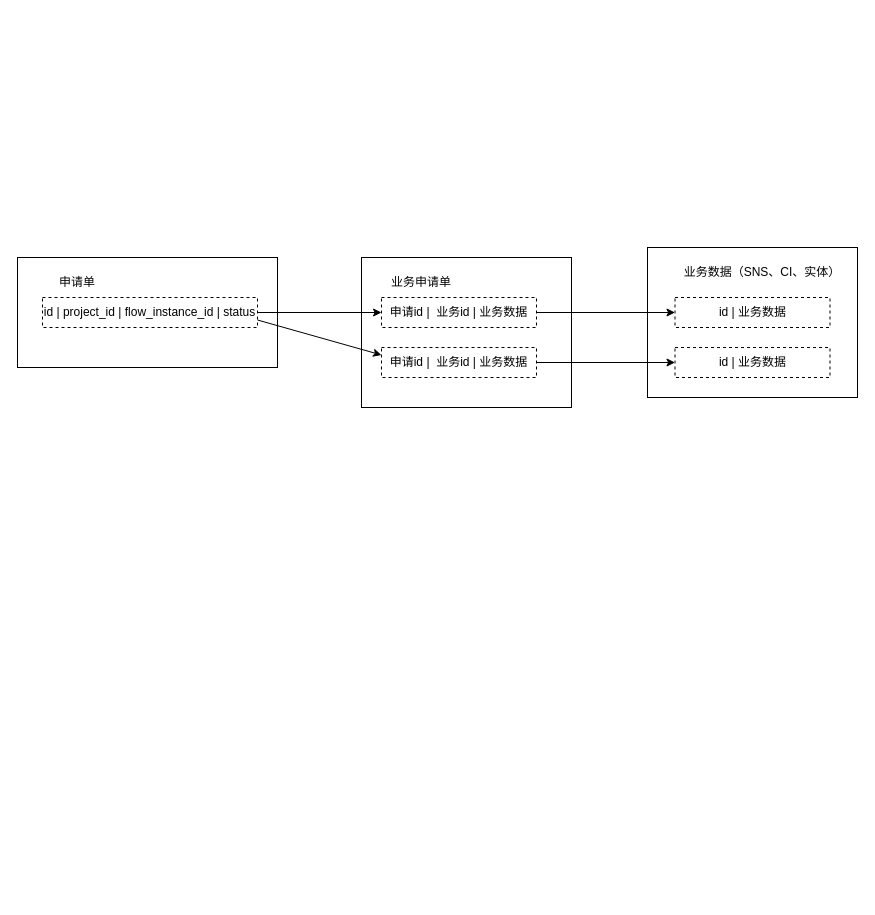
This is 体系文件协同编辑和管理工具/流程申请单设计.drawio from DemonHan/KuickBuy, a draw.io file, before an edit. Source tidied: cells renumbered, new cells numbered last; positions are measured from the earlier drawing's top-left corner, leaving out a move shared by most shapes. Both pictures are drawn from the tidied source at 100%, with x=0, y=0 at pixel (17, 247).
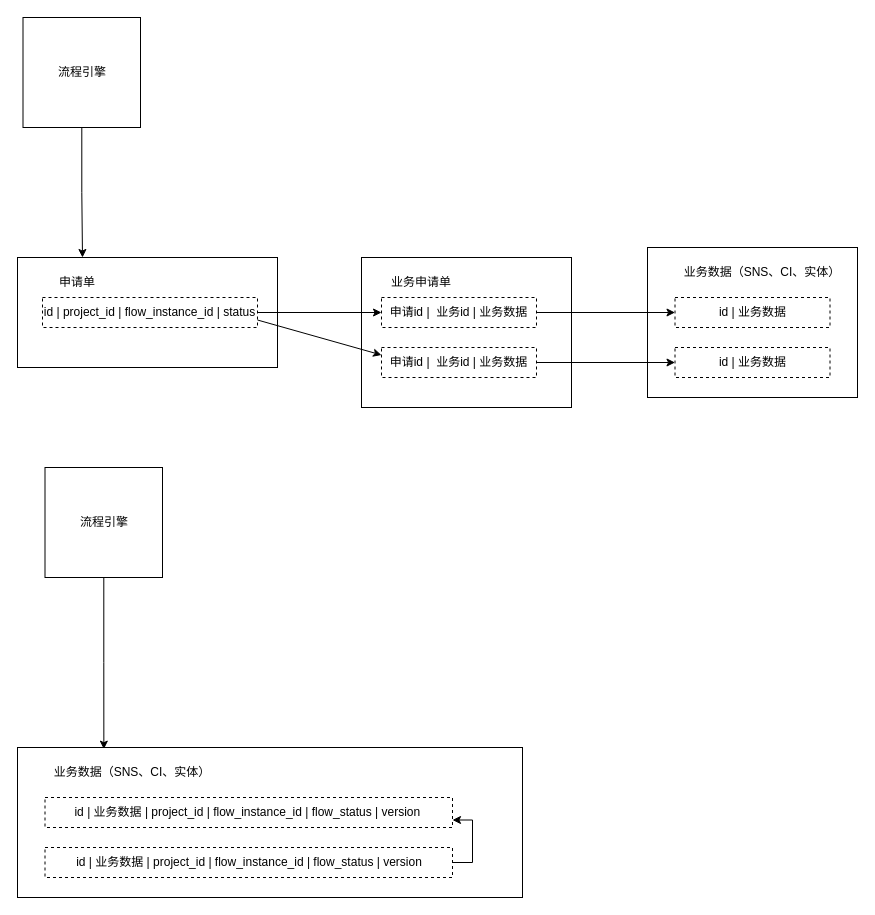
Above is the later version.

Commit message (it also covers changes not shown here):
更新流程申请单设计.drawio

Unchanged cells that the change refers to:
```xml
<mxCell id="6" value="&lt;div&gt;&lt;br&gt;&lt;/div&gt;" style="rounded=0;whiteSpace=wrap;html=1;" parent="1" vertex="1">
  <mxGeometry y="10" width="260" height="110" as="geometry" />
</mxCell>
```

Change to the diagram source:
```diff
@@
+    <mxCell id="17" style="rounded=0;whiteSpace=wrap;html=1;" parent="1" vertex="1">
+      <mxGeometry y="500" width="505" height="150" as="geometry" />
+    </mxCell>
+    <mxCell id="18" value="业务数据（SNS、CI、实体）" style="text;html=1;align=center;verticalAlign=middle;whiteSpace=wrap;rounded=0;" parent="1" vertex="1">
+      <mxGeometry x="30" y="510" width="170" height="30" as="geometry" />
+    </mxCell>
+    <mxCell id="19" value="id |&amp;nbsp;业务数据 |&amp;nbsp;project_id | flow_instance_id | flow_status | version&amp;nbsp;" style="text;html=1;align=center;verticalAlign=middle;whiteSpace=wrap;rounded=0;strokeColor=default;dashed=1;" parent="1" vertex="1">
+      <mxGeometry x="27.5" y="550" width="407.5" height="30" as="geometry" />
+    </mxCell>
+    <mxCell id="20" style="edgeStyle=orthogonalEdgeStyle;rounded=0;jettySize=auto;html=1;entryX=1;entryY=0.75;entryDx=0;entryDy=0;exitX=1;exitY=0.5;exitDx=0;exitDy=0;" parent="1" edge="1" source="21" target="19">
+      <mxGeometry relative="1" as="geometry" />
+    </mxCell>
+    <mxCell id="21" value="id |&amp;nbsp;业务数据 |&amp;nbsp;project_id | flow_instance_id | flow_status | version" style="text;html=1;align=center;verticalAlign=middle;whiteSpace=wrap;rounded=0;strokeColor=default;dashed=1;" parent="1" vertex="1">
+      <mxGeometry x="27.5" y="600" width="407.5" height="30" as="geometry" />
+    </mxCell>
+    <mxCell id="22" style="edgeStyle=orthogonalEdgeStyle;rounded=0;jettySize=auto;html=1;entryX=0.25;entryY=0;entryDx=0;entryDy=0;" parent="1" edge="1" source="23" target="6">
+      <mxGeometry relative="1" as="geometry" />
+    </mxCell>
+    <mxCell id="23" value="流程引擎" style="rounded=0;whiteSpace=wrap;html=1;" parent="1" vertex="1">
+      <mxGeometry x="5.5" y="-230" width="117.5" height="110" as="geometry" />
+    </mxCell>
+    <mxCell id="24" value="流程引擎" style="rounded=0;whiteSpace=wrap;html=1;" parent="1" vertex="1">
+      <mxGeometry x="27.5" y="220" width="117.5" height="110" as="geometry" />
+    </mxCell>
+    <mxCell id="25" style="edgeStyle=orthogonalEdgeStyle;rounded=0;jettySize=auto;html=1;entryX=0.171;entryY=0.011;entryDx=0;entryDy=0;entryPerimeter=0;" parent="1" edge="1" source="24" target="17">
+      <mxGeometry relative="1" as="geometry" />
+    </mxCell>
```
